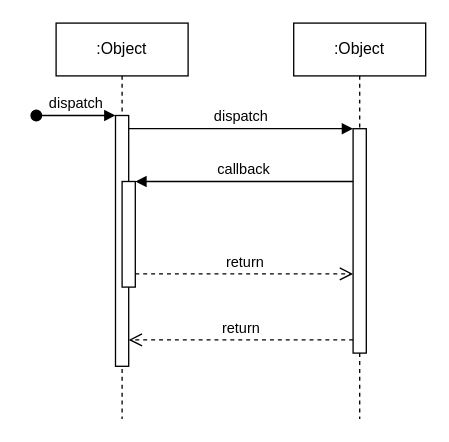
Above: project/UMLsequenceDiagramJoinEvent.drawio in josura/HCI (draw.io), before the change. Source tidied: cells renumbered, new cells numbered last; positions are measured from the earlier drawing's top-left corner, leaving out a move shared by most shapes. Both pictures are drawn from the tidied source at 132%, with x=0, y=0 at pixel (36, 22).
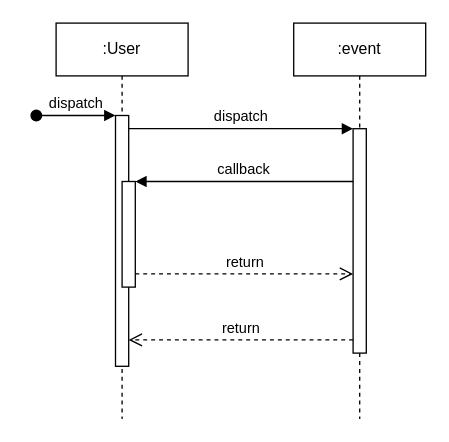
The same diagram, later.

What changed in the source:
```diff
@@
 <mxGraphModel>
   <root>
     <mxCell id="0" />
     <mxCell id="1" parent="0" />
-    <mxCell id="2" value=":Object" style="shape=umlLifeline;perimeter=lifelinePerimeter;whiteSpace=wrap;html=1;newEdgeStyle={&quot;edgeStyle&quot;:&quot;elbowEdgeStyle&quot;,&quot;elbow&quot;:&quot;vertical&quot;,&quot;curved&quot;:0,&quot;rounded&quot;:0};" parent="1" vertex="1">
+    <mxCell id="2" value=":User" style="shape=umlLifeline;perimeter=lifelinePerimeter;whiteSpace=wrap;html=1;newEdgeStyle={&quot;edgeStyle&quot;:&quot;elbowEdgeStyle&quot;,&quot;elbow&quot;:&quot;vertical&quot;,&quot;curved&quot;:0,&quot;rounded&quot;:0};" parent="1" vertex="1">
       <mxGeometry x="15" width="100" height="300" as="geometry" />
     </mxCell>
     <mxCell id="3" style="html=1;points=[];perimeter=orthogonalPerimeter;outlineConnect=0;targetShapes=umlLifeline;portConstraint=eastwest;newEdgeStyle={&quot;edgeStyle&quot;:&quot;elbowEdgeStyle&quot;,&quot;elbow&quot;:&quot;vertical&quot;,&quot;curved&quot;:0,&quot;rounded&quot;:0};" parent="2" vertex="1">
       <mxGeometry x="45" y="70" width="10" height="190" as="geometry" />
     </mxCell>
     <mxCell id="4" value="dispatch" style="html=1;verticalAlign=bottom;startArrow=oval;endArrow=block;startSize=8;edgeStyle=elbowEdgeStyle;elbow=vertical;curved=0;rounded=0;" parent="2" edge="1" target="3">
       <mxGeometry relative="1" as="geometry">
         <mxPoint x="-15" y="70" as="sourcePoint" />
       </mxGeometry>
     </mxCell>
     <mxCell id="5" style="html=1;points=[];perimeter=orthogonalPerimeter;outlineConnect=0;targetShapes=umlLifeline;portConstraint=eastwest;newEdgeStyle={&quot;edgeStyle&quot;:&quot;elbowEdgeStyle&quot;,&quot;elbow&quot;:&quot;vertical&quot;,&quot;curved&quot;:0,&quot;rounded&quot;:0};" parent="2" vertex="1">
       <mxGeometry x="50" y="120" width="10" height="80" as="geometry" />
     </mxCell>
-    <mxCell id="6" value=":Object" style="shape=umlLifeline;perimeter=lifelinePerimeter;whiteSpace=wrap;html=1;newEdgeStyle={&quot;edgeStyle&quot;:&quot;elbowEdgeStyle&quot;,&quot;elbow&quot;:&quot;vertical&quot;,&quot;curved&quot;:0,&quot;rounded&quot;:0};" parent="1" vertex="1">
+    <mxCell id="6" value=":event" style="shape=umlLifeline;perimeter=lifelinePerimeter;whiteSpace=wrap;html=1;newEdgeStyle={&quot;edgeStyle&quot;:&quot;elbowEdgeStyle&quot;,&quot;elbow&quot;:&quot;vertical&quot;,&quot;curved&quot;:0,&quot;rounded&quot;:0};" parent="1" vertex="1">
       <mxGeometry x="195" width="100" height="300" as="geometry" />
     </mxCell>
     <mxCell id="7" style="html=1;points=[];perimeter=orthogonalPerimeter;outlineConnect=0;targetShapes=umlLifeline;portConstraint=eastwest;newEdgeStyle={&quot;edgeStyle&quot;:&quot;elbowEdgeStyle&quot;,&quot;elbow&quot;:&quot;vertical&quot;,&quot;curved&quot;:0,&quot;rounded&quot;:0};" parent="6" vertex="1">
       <mxGeometry x="45" y="80" width="10" height="170" as="geometry" />
     </mxCell>
     <mxCell id="8" value="dispatch" style="html=1;verticalAlign=bottom;endArrow=block;edgeStyle=elbowEdgeStyle;elbow=vertical;curved=0;rounded=0;" parent="1" edge="1" source="3" target="7">
       <mxGeometry relative="1" as="geometry">
         <Array as="points">
           <mxPoint x="155" y="80" />
         </Array>
       </mxGeometry>
     </mxCell>
     <mxCell id="9" value="return" style="html=1;verticalAlign=bottom;endArrow=open;dashed=1;endSize=8;edgeStyle=elbowEdgeStyle;elbow=vertical;curved=0;rounded=0;" parent="1" edge="1" source="7" target="3">
       <mxGeometry relative="1" as="geometry">
         <Array as="points">
           <mxPoint x="165" y="240" />
         </Array>
       </mxGeometry>
     </mxCell>
     <mxCell id="10" value="callback" style="html=1;verticalAlign=bottom;endArrow=block;edgeStyle=elbowEdgeStyle;elbow=vertical;curved=0;rounded=0;" parent="1" edge="1" source="7" target="5">
       <mxGeometry relative="1" as="geometry">
         <Array as="points">
           <mxPoint x="165" y="120" />
         </Array>
       </mxGeometry>
     </mxCell>
     <mxCell id="11" value="return" style="html=1;verticalAlign=bottom;endArrow=open;dashed=1;endSize=8;edgeStyle=elbowEdgeStyle;elbow=vertical;curved=0;rounded=0;" parent="1" edge="1" source="5" target="7">
       <mxGeometry relative="1" as="geometry">
         <Array as="points">
           <mxPoint x="155" y="190" />
         </Array>
       </mxGeometry>
     </mxCell>
   </root>
 </mxGraphModel>
```
